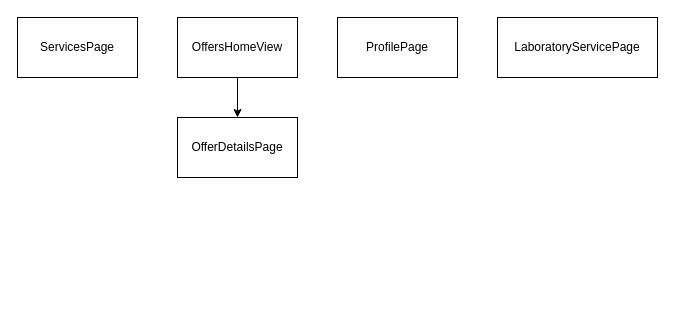
urusai88/EFI keeps this draw.io diagram as Untitled Diagram.drawio. Above is the earlier version. Source tidied: cells renumbered, new cells numbered last; positions are measured from the earlier drawing's top-left corner, leaving out a move shared by most shapes. Both pictures are drawn from the tidied source at 100%, with x=0, y=0 at pixel (17, 17).
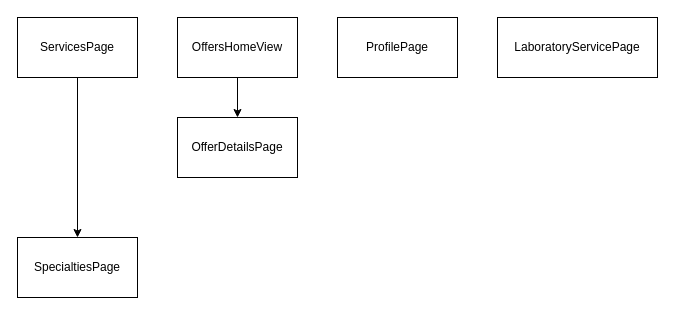
The same page after the edit.

Change to the diagram source:
```diff
@@
 <mxGraphModel>
   <root>
     <mxCell id="0" />
     <mxCell id="1" parent="0" />
+    <mxCell id="8" style="edgeStyle=orthogonalEdgeStyle;rounded=0;jettySize=auto;html=1;" parent="1" edge="1" source="2" target="9">
+      <mxGeometry relative="1" as="geometry" />
+    </mxCell>
     <mxCell id="2" value="ServicesPage" style="rounded=0;whiteSpace=wrap;html=1;" parent="1" vertex="1">
       <mxGeometry width="120" height="60" as="geometry" />
     </mxCell>
     <mxCell id="3" style="edgeStyle=orthogonalEdgeStyle;rounded=0;jettySize=auto;html=1;" parent="1" edge="1" source="4" target="5">
       <mxGeometry relative="1" as="geometry" />
     </mxCell>
     <mxCell id="4" value="OffersHomeView" style="rounded=0;whiteSpace=wrap;html=1;" parent="1" vertex="1">
       <mxGeometry x="160" width="120" height="60" as="geometry" />
     </mxCell>
     <mxCell id="5" value="OfferDetailsPage" style="rounded=0;whiteSpace=wrap;html=1;" parent="1" vertex="1">
       <mxGeometry x="160" y="100" width="120" height="60" as="geometry" />
     </mxCell>
     <mxCell id="6" value="ProfilePage" style="rounded=0;whiteSpace=wrap;html=1;" parent="1" vertex="1">
       <mxGeometry x="320" width="120" height="60" as="geometry" />
     </mxCell>
     <mxCell id="7" value="LaboratoryServicePage&lt;br&gt;" style="rounded=0;whiteSpace=wrap;html=1;" parent="1" vertex="1">
       <mxGeometry x="480" width="160" height="60" as="geometry" />
     </mxCell>
+    <mxCell id="9" value="SpecialtiesPage" style="rounded=0;whiteSpace=wrap;html=1;" parent="1" vertex="1">
+      <mxGeometry y="220" width="120" height="60" as="geometry" />
+    </mxCell>
   </root>
 </mxGraphModel>
```
